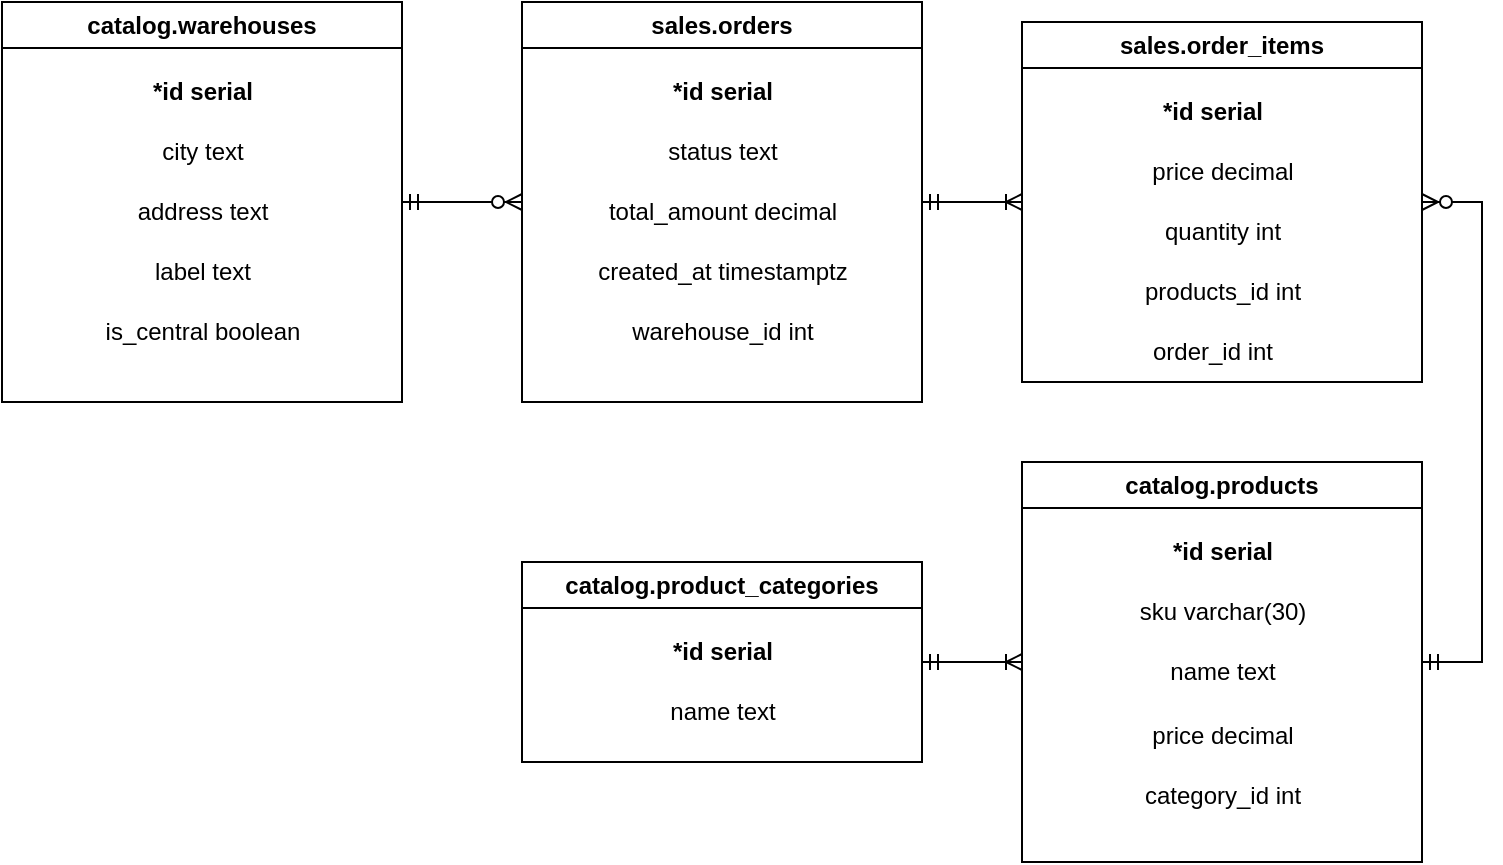
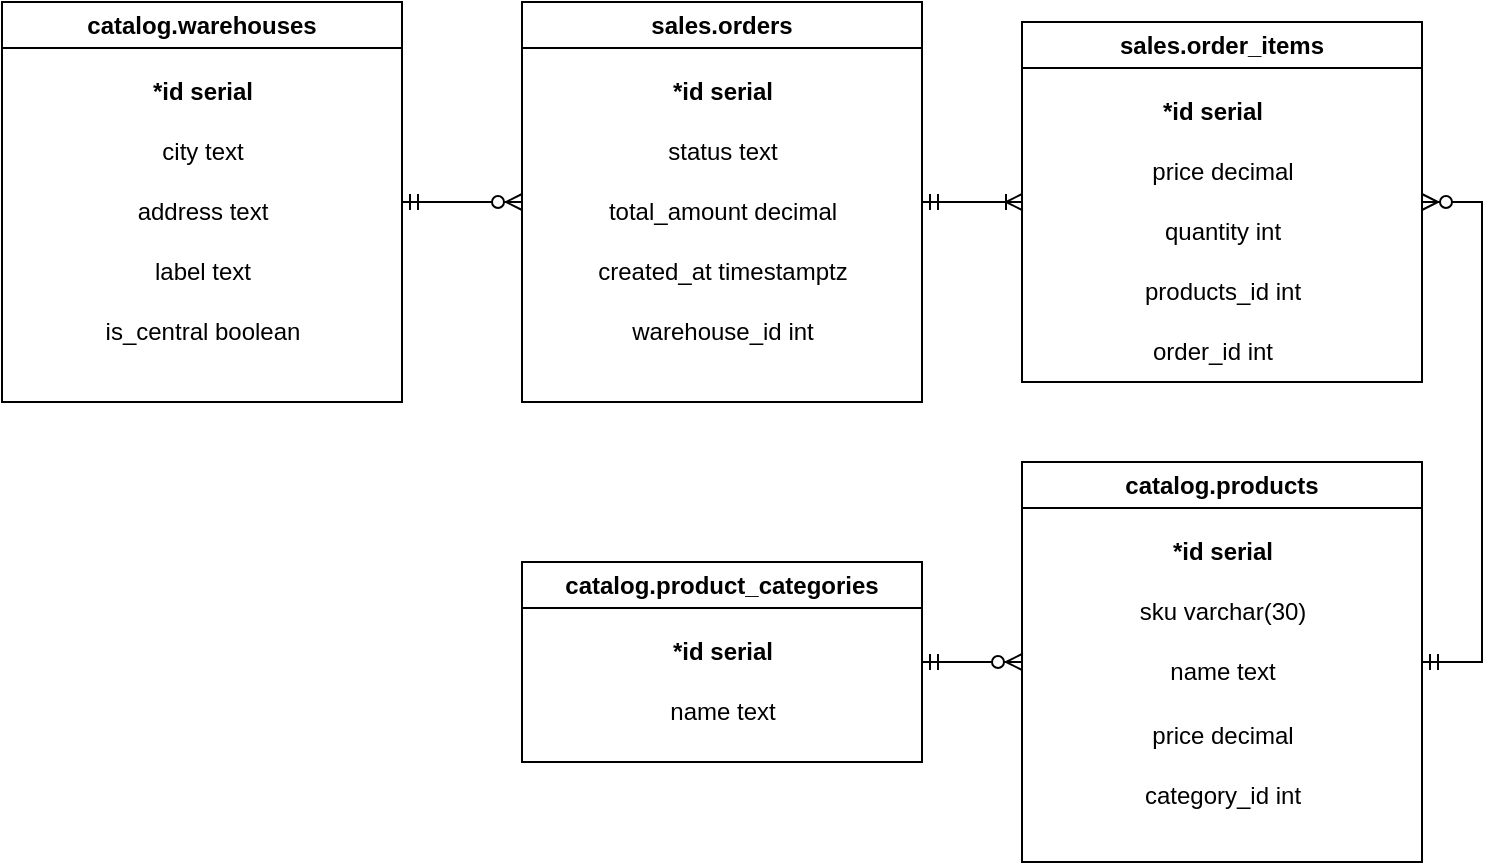
- <mxfile host="Electron" agent="Mozilla/5.0 (X11; Linux x86_64) AppleWebKit/537.36 (KHTML, like Gecko) draw.io/28.2.5 Chrome/138.0.7204.251 Electron/37.6.1 Safari/537.36" version="28.2.5">
+ <mxfile host="Electron" agent="Mozilla/5.0 (X11; Linux x86_64) AppleWebKit/537.36 (KHTML, like Gecko) draw.io/28.2.5 Chrome/138.0.7204.251 Electron/37.6.1 Safari/537.36">
  <diagram name="Page-1" id="sdS3dVdea8iVIR52jpcd">
-     <mxGraphModel dx="1470" dy="947" grid="1" gridSize="10" guides="1" tooltips="1" connect="1" arrows="1" fold="1" page="1" pageScale="1" pageWidth="850" pageHeight="1100" math="0" shadow="0">
+     <mxGraphModel dx="1344" dy="882" grid="1" gridSize="10" guides="1" tooltips="1" connect="1" arrows="1" fold="1" page="1" pageScale="1" pageWidth="850" pageHeight="1100" math="0" shadow="0">
      <root>
        <mxCell id="0" />
        <mxCell id="1" parent="0" />
-         <mxCell id="FO6NESPEqt51vO9SEZu7-1" value="catalog.products" style="swimlane;whiteSpace=wrap;html=1;" parent="1" vertex="1">
-           <mxGeometry x="550" y="370" width="200" height="200" as="geometry" />
+         <mxCell id="FO6NESPEqt51vO9SEZu7-1" parent="1" style="swimlane;whiteSpace=wrap;html=1;" value="catalog.products" vertex="1">
+           <mxGeometry height="200" width="200" x="550" y="370" as="geometry" />
        </mxCell>
-         <mxCell id="FO6NESPEqt51vO9SEZu7-10" value="category_id int" style="text;html=1;align=center;verticalAlign=middle;resizable=0;points=[];autosize=1;strokeColor=none;fillColor=none;" parent="FO6NESPEqt51vO9SEZu7-1" vertex="1">
-           <mxGeometry x="50" y="152" width="100" height="30" as="geometry" />
+         <mxCell id="FO6NESPEqt51vO9SEZu7-10" parent="FO6NESPEqt51vO9SEZu7-1" style="text;html=1;align=center;verticalAlign=middle;resizable=0;points=[];autosize=1;strokeColor=none;fillColor=none;" value="category_id int" vertex="1">
+           <mxGeometry height="30" width="100" x="50" y="152" as="geometry" />
        </mxCell>
-         <mxCell id="FO6NESPEqt51vO9SEZu7-5" value="&lt;b&gt;*id serial&lt;/b&gt;" style="text;html=1;align=center;verticalAlign=middle;resizable=0;points=[];autosize=1;strokeColor=none;fillColor=none;" parent="FO6NESPEqt51vO9SEZu7-1" vertex="1">
-           <mxGeometry x="65" y="30" width="70" height="30" as="geometry" />
+         <mxCell id="FO6NESPEqt51vO9SEZu7-5" parent="FO6NESPEqt51vO9SEZu7-1" style="text;html=1;align=center;verticalAlign=middle;resizable=0;points=[];autosize=1;strokeColor=none;fillColor=none;" value="&lt;b&gt;*id serial&lt;/b&gt;" vertex="1">
+           <mxGeometry height="30" width="70" x="65" y="30" as="geometry" />
        </mxCell>
-         <mxCell id="FO6NESPEqt51vO9SEZu7-7" value="sku varchar(30)" style="text;html=1;align=center;verticalAlign=middle;resizable=0;points=[];autosize=1;strokeColor=none;fillColor=none;" parent="FO6NESPEqt51vO9SEZu7-1" vertex="1">
-           <mxGeometry x="45" y="60" width="110" height="30" as="geometry" />
+         <mxCell id="FO6NESPEqt51vO9SEZu7-7" parent="FO6NESPEqt51vO9SEZu7-1" style="text;html=1;align=center;verticalAlign=middle;resizable=0;points=[];autosize=1;strokeColor=none;fillColor=none;" value="sku varchar(30)" vertex="1">
+           <mxGeometry height="30" width="110" x="45" y="60" as="geometry" />
        </mxCell>
-         <mxCell id="FO6NESPEqt51vO9SEZu7-9" value="price decimal" style="text;html=1;align=center;verticalAlign=middle;resizable=0;points=[];autosize=1;strokeColor=none;fillColor=none;" parent="FO6NESPEqt51vO9SEZu7-1" vertex="1">
-           <mxGeometry x="55" y="122" width="90" height="30" as="geometry" />
+         <mxCell id="FO6NESPEqt51vO9SEZu7-9" parent="FO6NESPEqt51vO9SEZu7-1" style="text;html=1;align=center;verticalAlign=middle;resizable=0;points=[];autosize=1;strokeColor=none;fillColor=none;" value="price decimal" vertex="1">
+           <mxGeometry height="30" width="90" x="55" y="122" as="geometry" />
        </mxCell>
-         <mxCell id="FO6NESPEqt51vO9SEZu7-8" value="name text" style="text;html=1;align=center;verticalAlign=middle;resizable=0;points=[];autosize=1;strokeColor=none;fillColor=none;" parent="FO6NESPEqt51vO9SEZu7-1" vertex="1">
-           <mxGeometry x="60" y="90" width="80" height="30" as="geometry" />
+         <mxCell id="FO6NESPEqt51vO9SEZu7-8" parent="FO6NESPEqt51vO9SEZu7-1" style="text;html=1;align=center;verticalAlign=middle;resizable=0;points=[];autosize=1;strokeColor=none;fillColor=none;" value="name text" vertex="1">
+           <mxGeometry height="30" width="80" x="60" y="90" as="geometry" />
        </mxCell>
-         <mxCell id="FO6NESPEqt51vO9SEZu7-2" value="catalog.product_categories" style="swimlane;whiteSpace=wrap;html=1;" parent="1" vertex="1">
-           <mxGeometry x="300" y="420" width="200" height="100" as="geometry" />
+         <mxCell id="FO6NESPEqt51vO9SEZu7-2" parent="1" style="swimlane;whiteSpace=wrap;html=1;" value="catalog.product_categories" vertex="1">
+           <mxGeometry height="100" width="200" x="300" y="420" as="geometry" />
        </mxCell>
-         <mxCell id="FO6NESPEqt51vO9SEZu7-16" value="&lt;b&gt;*id serial&lt;/b&gt;" style="text;html=1;align=center;verticalAlign=middle;resizable=0;points=[];autosize=1;strokeColor=none;fillColor=none;" parent="FO6NESPEqt51vO9SEZu7-2" vertex="1">
-           <mxGeometry x="65" y="30" width="70" height="30" as="geometry" />
+         <mxCell id="FO6NESPEqt51vO9SEZu7-16" parent="FO6NESPEqt51vO9SEZu7-2" style="text;html=1;align=center;verticalAlign=middle;resizable=0;points=[];autosize=1;strokeColor=none;fillColor=none;" value="&lt;b&gt;*id serial&lt;/b&gt;" vertex="1">
+           <mxGeometry height="30" width="70" x="65" y="30" as="geometry" />
        </mxCell>
-         <mxCell id="FO6NESPEqt51vO9SEZu7-19" value="name text" style="text;html=1;align=center;verticalAlign=middle;resizable=0;points=[];autosize=1;strokeColor=none;fillColor=none;" parent="FO6NESPEqt51vO9SEZu7-2" vertex="1">
-           <mxGeometry x="60" y="60" width="80" height="30" as="geometry" />
+         <mxCell id="FO6NESPEqt51vO9SEZu7-19" parent="FO6NESPEqt51vO9SEZu7-2" style="text;html=1;align=center;verticalAlign=middle;resizable=0;points=[];autosize=1;strokeColor=none;fillColor=none;" value="name text" vertex="1">
+           <mxGeometry height="30" width="80" x="60" y="60" as="geometry" />
        </mxCell>
-         <mxCell id="FO6NESPEqt51vO9SEZu7-3" value="catalog.warehouses" style="swimlane;whiteSpace=wrap;html=1;" parent="1" vertex="1">
-           <mxGeometry x="40" y="140" width="200" height="200" as="geometry" />
+         <mxCell id="FO6NESPEqt51vO9SEZu7-3" parent="1" style="swimlane;whiteSpace=wrap;html=1;" value="catalog.warehouses" vertex="1">
+           <mxGeometry height="200" width="200" x="40" y="140" as="geometry" />
        </mxCell>
-         <mxCell id="FO6NESPEqt51vO9SEZu7-11" value="&lt;b&gt;*id serial&lt;/b&gt;" style="text;html=1;align=center;verticalAlign=middle;resizable=0;points=[];autosize=1;strokeColor=none;fillColor=none;" parent="FO6NESPEqt51vO9SEZu7-3" vertex="1">
-           <mxGeometry x="65" y="30" width="70" height="30" as="geometry" />
+         <mxCell id="FO6NESPEqt51vO9SEZu7-11" parent="FO6NESPEqt51vO9SEZu7-3" style="text;html=1;align=center;verticalAlign=middle;resizable=0;points=[];autosize=1;strokeColor=none;fillColor=none;" value="&lt;b&gt;*id serial&lt;/b&gt;" vertex="1">
+           <mxGeometry height="30" width="70" x="65" y="30" as="geometry" />
        </mxCell>
-         <mxCell id="FO6NESPEqt51vO9SEZu7-12" value="city text" style="text;html=1;align=center;verticalAlign=middle;resizable=0;points=[];autosize=1;strokeColor=none;fillColor=none;" parent="FO6NESPEqt51vO9SEZu7-3" vertex="1">
-           <mxGeometry x="70" y="60" width="60" height="30" as="geometry" />
+         <mxCell id="FO6NESPEqt51vO9SEZu7-12" parent="FO6NESPEqt51vO9SEZu7-3" style="text;html=1;align=center;verticalAlign=middle;resizable=0;points=[];autosize=1;strokeColor=none;fillColor=none;" value="city text" vertex="1">
+           <mxGeometry height="30" width="60" x="70" y="60" as="geometry" />
        </mxCell>
-         <mxCell id="FO6NESPEqt51vO9SEZu7-13" value="address text" style="text;html=1;align=center;verticalAlign=middle;resizable=0;points=[];autosize=1;strokeColor=none;fillColor=none;" parent="FO6NESPEqt51vO9SEZu7-3" vertex="1">
-           <mxGeometry x="55" y="90" width="90" height="30" as="geometry" />
+         <mxCell id="FO6NESPEqt51vO9SEZu7-13" parent="FO6NESPEqt51vO9SEZu7-3" style="text;html=1;align=center;verticalAlign=middle;resizable=0;points=[];autosize=1;strokeColor=none;fillColor=none;" value="address text" vertex="1">
+           <mxGeometry height="30" width="90" x="55" y="90" as="geometry" />
        </mxCell>
-         <mxCell id="FO6NESPEqt51vO9SEZu7-14" value="label text" style="text;html=1;align=center;verticalAlign=middle;resizable=0;points=[];autosize=1;strokeColor=none;fillColor=none;" parent="FO6NESPEqt51vO9SEZu7-3" vertex="1">
-           <mxGeometry x="65" y="120" width="70" height="30" as="geometry" />
+         <mxCell id="FO6NESPEqt51vO9SEZu7-14" parent="FO6NESPEqt51vO9SEZu7-3" style="text;html=1;align=center;verticalAlign=middle;resizable=0;points=[];autosize=1;strokeColor=none;fillColor=none;" value="label text" vertex="1">
+           <mxGeometry height="30" width="70" x="65" y="120" as="geometry" />
        </mxCell>
-         <mxCell id="FO6NESPEqt51vO9SEZu7-15" value="is_central boolean" style="text;html=1;align=center;verticalAlign=middle;resizable=0;points=[];autosize=1;strokeColor=none;fillColor=none;" parent="FO6NESPEqt51vO9SEZu7-3" vertex="1">
-           <mxGeometry x="40" y="150" width="120" height="30" as="geometry" />
+         <mxCell id="FO6NESPEqt51vO9SEZu7-15" parent="FO6NESPEqt51vO9SEZu7-3" style="text;html=1;align=center;verticalAlign=middle;resizable=0;points=[];autosize=1;strokeColor=none;fillColor=none;" value="is_central boolean" vertex="1">
+           <mxGeometry height="30" width="120" x="40" y="150" as="geometry" />
        </mxCell>
-         <mxCell id="FO6NESPEqt51vO9SEZu7-4" value="sales.orders" style="swimlane;whiteSpace=wrap;html=1;" parent="1" vertex="1">
-           <mxGeometry x="300" y="140" width="200" height="200" as="geometry" />
+         <mxCell id="FO6NESPEqt51vO9SEZu7-4" parent="1" style="swimlane;whiteSpace=wrap;html=1;" value="sales.orders" vertex="1">
+           <mxGeometry height="200" width="200" x="300" y="140" as="geometry" />
        </mxCell>
-         <mxCell id="FO6NESPEqt51vO9SEZu7-24" value="&lt;b&gt;*id serial&lt;/b&gt;" style="text;html=1;align=center;verticalAlign=middle;resizable=0;points=[];autosize=1;strokeColor=none;fillColor=none;" parent="FO6NESPEqt51vO9SEZu7-4" vertex="1">
-           <mxGeometry x="65" y="30" width="70" height="30" as="geometry" />
+         <mxCell id="FO6NESPEqt51vO9SEZu7-24" parent="FO6NESPEqt51vO9SEZu7-4" style="text;html=1;align=center;verticalAlign=middle;resizable=0;points=[];autosize=1;strokeColor=none;fillColor=none;" value="&lt;b&gt;*id serial&lt;/b&gt;" vertex="1">
+           <mxGeometry height="30" width="70" x="65" y="30" as="geometry" />
        </mxCell>
-         <mxCell id="FO6NESPEqt51vO9SEZu7-25" value="status text" style="text;html=1;align=center;verticalAlign=middle;resizable=0;points=[];autosize=1;strokeColor=none;fillColor=none;" parent="FO6NESPEqt51vO9SEZu7-4" vertex="1">
-           <mxGeometry x="60" y="60" width="80" height="30" as="geometry" />
+         <mxCell id="FO6NESPEqt51vO9SEZu7-25" parent="FO6NESPEqt51vO9SEZu7-4" style="text;html=1;align=center;verticalAlign=middle;resizable=0;points=[];autosize=1;strokeColor=none;fillColor=none;" value="status text" vertex="1">
+           <mxGeometry height="30" width="80" x="60" y="60" as="geometry" />
        </mxCell>
-         <mxCell id="FO6NESPEqt51vO9SEZu7-26" value="total_amount decimal" style="text;html=1;align=center;verticalAlign=middle;resizable=0;points=[];autosize=1;strokeColor=none;fillColor=none;" parent="FO6NESPEqt51vO9SEZu7-4" vertex="1">
-           <mxGeometry x="30" y="90" width="140" height="30" as="geometry" />
+         <mxCell id="FO6NESPEqt51vO9SEZu7-26" parent="FO6NESPEqt51vO9SEZu7-4" style="text;html=1;align=center;verticalAlign=middle;resizable=0;points=[];autosize=1;strokeColor=none;fillColor=none;" value="total_amount decimal" vertex="1">
+           <mxGeometry height="30" width="140" x="30" y="90" as="geometry" />
        </mxCell>
-         <mxCell id="FO6NESPEqt51vO9SEZu7-27" value="created_at timestamptz" style="text;html=1;align=center;verticalAlign=middle;resizable=0;points=[];autosize=1;strokeColor=none;fillColor=none;" parent="FO6NESPEqt51vO9SEZu7-4" vertex="1">
-           <mxGeometry x="25" y="120" width="150" height="30" as="geometry" />
+         <mxCell id="FO6NESPEqt51vO9SEZu7-27" parent="FO6NESPEqt51vO9SEZu7-4" style="text;html=1;align=center;verticalAlign=middle;resizable=0;points=[];autosize=1;strokeColor=none;fillColor=none;" value="created_at timestamptz" vertex="1">
+           <mxGeometry height="30" width="150" x="25" y="120" as="geometry" />
        </mxCell>
-         <mxCell id="FO6NESPEqt51vO9SEZu7-28" value="warehouse_id int" style="text;html=1;align=center;verticalAlign=middle;resizable=0;points=[];autosize=1;strokeColor=none;fillColor=none;" parent="FO6NESPEqt51vO9SEZu7-4" vertex="1">
-           <mxGeometry x="45" y="150" width="110" height="30" as="geometry" />
+         <mxCell id="FO6NESPEqt51vO9SEZu7-28" parent="FO6NESPEqt51vO9SEZu7-4" style="text;html=1;align=center;verticalAlign=middle;resizable=0;points=[];autosize=1;strokeColor=none;fillColor=none;" value="warehouse_id int" vertex="1">
+           <mxGeometry height="30" width="110" x="45" y="150" as="geometry" />
        </mxCell>
-         <mxCell id="FO6NESPEqt51vO9SEZu7-22" value="" style="edgeStyle=entityRelationEdgeStyle;fontSize=12;html=1;endArrow=ERoneToMany;startArrow=ERmandOne;rounded=0;exitX=1;exitY=0.5;exitDx=0;exitDy=0;entryX=0;entryY=0.5;entryDx=0;entryDy=0;" parent="1" source="FO6NESPEqt51vO9SEZu7-2" target="FO6NESPEqt51vO9SEZu7-1" edge="1">
-           <mxGeometry width="100" height="100" relative="1" as="geometry">
-             <mxPoint x="80.00000000000023" y="100" as="sourcePoint" />
-             <mxPoint x="550" y="460" as="targetPoint" />
-             <Array as="points">
-               <mxPoint x="150" y="200" />
-               <mxPoint x="360" y="210" />
-               <mxPoint y="200" />
-               <mxPoint x="20" y="160" />
-               <mxPoint x="60" y="100" />
-               <mxPoint x="10" y="150" />
-               <mxPoint x="10" y="210" />
-               <mxPoint x="-10" y="210" />
-               <mxPoint x="150" y="200" />
-             </Array>
-           </mxGeometry>
+         <mxCell id="FO6NESPEqt51vO9SEZu7-29" parent="1" style="swimlane;whiteSpace=wrap;html=1;" value="sales.order_items" vertex="1">
+           <mxGeometry height="180" width="200" x="550" y="150" as="geometry" />
        </mxCell>
-         <mxCell id="FO6NESPEqt51vO9SEZu7-29" value="sales.order_items" style="swimlane;whiteSpace=wrap;html=1;" parent="1" vertex="1">
-           <mxGeometry x="550" y="150" width="200" height="180" as="geometry" />
+         <mxCell id="FO6NESPEqt51vO9SEZu7-30" parent="FO6NESPEqt51vO9SEZu7-29" style="text;html=1;align=center;verticalAlign=middle;resizable=0;points=[];autosize=1;strokeColor=none;fillColor=none;" value="&lt;b&gt;*id serial&lt;/b&gt;" vertex="1">
+           <mxGeometry height="30" width="70" x="60" y="30" as="geometry" />
        </mxCell>
-         <mxCell id="FO6NESPEqt51vO9SEZu7-30" value="&lt;b&gt;*id serial&lt;/b&gt;" style="text;html=1;align=center;verticalAlign=middle;resizable=0;points=[];autosize=1;strokeColor=none;fillColor=none;" parent="FO6NESPEqt51vO9SEZu7-29" vertex="1">
-           <mxGeometry x="60" y="30" width="70" height="30" as="geometry" />
+         <mxCell id="FO6NESPEqt51vO9SEZu7-31" parent="FO6NESPEqt51vO9SEZu7-29" style="text;html=1;align=center;verticalAlign=middle;resizable=0;points=[];autosize=1;strokeColor=none;fillColor=none;" value="price decimal" vertex="1">
+           <mxGeometry height="30" width="90" x="55" y="60" as="geometry" />
        </mxCell>
-         <mxCell id="FO6NESPEqt51vO9SEZu7-31" value="price decimal" style="text;html=1;align=center;verticalAlign=middle;resizable=0;points=[];autosize=1;strokeColor=none;fillColor=none;" parent="FO6NESPEqt51vO9SEZu7-29" vertex="1">
-           <mxGeometry x="55" y="60" width="90" height="30" as="geometry" />
+         <mxCell id="FO6NESPEqt51vO9SEZu7-32" parent="FO6NESPEqt51vO9SEZu7-29" style="text;html=1;align=center;verticalAlign=middle;resizable=0;points=[];autosize=1;strokeColor=none;fillColor=none;" value="quantity int" vertex="1">
+           <mxGeometry height="30" width="80" x="60" y="90" as="geometry" />
        </mxCell>
-         <mxCell id="FO6NESPEqt51vO9SEZu7-32" value="quantity int" style="text;html=1;align=center;verticalAlign=middle;resizable=0;points=[];autosize=1;strokeColor=none;fillColor=none;" parent="FO6NESPEqt51vO9SEZu7-29" vertex="1">
-           <mxGeometry x="60" y="90" width="80" height="30" as="geometry" />
+         <mxCell id="FO6NESPEqt51vO9SEZu7-33" parent="FO6NESPEqt51vO9SEZu7-29" style="text;html=1;align=center;verticalAlign=middle;resizable=0;points=[];autosize=1;strokeColor=none;fillColor=none;" value="products_id int" vertex="1">
+           <mxGeometry height="30" width="100" x="50" y="120" as="geometry" />
        </mxCell>
-         <mxCell id="FO6NESPEqt51vO9SEZu7-33" value="products_id int" style="text;html=1;align=center;verticalAlign=middle;resizable=0;points=[];autosize=1;strokeColor=none;fillColor=none;" parent="FO6NESPEqt51vO9SEZu7-29" vertex="1">
-           <mxGeometry x="50" y="120" width="100" height="30" as="geometry" />
+         <mxCell id="FO6NESPEqt51vO9SEZu7-34" parent="FO6NESPEqt51vO9SEZu7-29" style="text;html=1;align=center;verticalAlign=middle;resizable=0;points=[];autosize=1;strokeColor=none;fillColor=none;" value="order_id int" vertex="1">
+           <mxGeometry height="30" width="80" x="55" y="150" as="geometry" />
        </mxCell>
-         <mxCell id="FO6NESPEqt51vO9SEZu7-34" value="order_id int" style="text;html=1;align=center;verticalAlign=middle;resizable=0;points=[];autosize=1;strokeColor=none;fillColor=none;" parent="FO6NESPEqt51vO9SEZu7-29" vertex="1">
-           <mxGeometry x="55" y="150" width="80" height="30" as="geometry" />
-         </mxCell>
-         <mxCell id="FO6NESPEqt51vO9SEZu7-36" value="" style="edgeStyle=entityRelationEdgeStyle;fontSize=12;html=1;endArrow=ERzeroToMany;startArrow=ERmandOne;rounded=0;entryX=1;entryY=0.5;entryDx=0;entryDy=0;exitX=1;exitY=0.5;exitDx=0;exitDy=0;" parent="1" source="FO6NESPEqt51vO9SEZu7-1" target="FO6NESPEqt51vO9SEZu7-29" edge="1">
-           <mxGeometry width="100" height="100" relative="1" as="geometry">
-             <mxPoint x="750" y="480" as="sourcePoint" />
-             <mxPoint x="620" y="370" as="targetPoint" />
+         <mxCell id="FO6NESPEqt51vO9SEZu7-36" edge="1" parent="1" source="FO6NESPEqt51vO9SEZu7-1" style="edgeStyle=entityRelationEdgeStyle;fontSize=12;html=1;endArrow=ERzeroToMany;startArrow=ERmandOne;rounded=0;entryX=1;entryY=0.5;entryDx=0;entryDy=0;exitX=1;exitY=0.5;exitDx=0;exitDy=0;" target="FO6NESPEqt51vO9SEZu7-29" value="">
+           <mxGeometry height="100" relative="1" width="100" as="geometry">
            <Array as="points">
              <mxPoint x="590" y="390" />
              <mxPoint x="780" y="370" />
            </Array>
+             <mxPoint x="750" y="480" as="sourcePoint" />
+             <mxPoint x="620" y="370" as="targetPoint" />
          </mxGeometry>
        </mxCell>
-         <mxCell id="FO6NESPEqt51vO9SEZu7-37" value="" style="edgeStyle=entityRelationEdgeStyle;fontSize=12;html=1;endArrow=ERzeroToMany;startArrow=ERmandOne;rounded=0;exitX=1;exitY=0.5;exitDx=0;exitDy=0;entryX=0;entryY=0.5;entryDx=0;entryDy=0;" parent="1" source="FO6NESPEqt51vO9SEZu7-3" target="FO6NESPEqt51vO9SEZu7-4" edge="1">
-           <mxGeometry width="100" height="100" relative="1" as="geometry">
+         <mxCell id="FO6NESPEqt51vO9SEZu7-37" edge="1" parent="1" source="FO6NESPEqt51vO9SEZu7-3" style="edgeStyle=entityRelationEdgeStyle;fontSize=12;html=1;endArrow=ERzeroToMany;startArrow=ERmandOne;rounded=0;exitX=1;exitY=0.5;exitDx=0;exitDy=0;entryX=0;entryY=0.5;entryDx=0;entryDy=0;" target="FO6NESPEqt51vO9SEZu7-4" value="">
+           <mxGeometry height="100" relative="1" width="100" as="geometry">
            <mxPoint x="260" y="850" as="sourcePoint" />
            <mxPoint x="360" y="750" as="targetPoint" />
          </mxGeometry>
        </mxCell>
-         <mxCell id="FO6NESPEqt51vO9SEZu7-38" value="" style="edgeStyle=entityRelationEdgeStyle;fontSize=12;html=1;endArrow=ERoneToMany;startArrow=ERmandOne;rounded=0;exitX=1;exitY=0.5;exitDx=0;exitDy=0;entryX=0;entryY=0.5;entryDx=0;entryDy=0;" parent="1" source="FO6NESPEqt51vO9SEZu7-4" target="FO6NESPEqt51vO9SEZu7-29" edge="1">
-           <mxGeometry width="100" height="100" relative="1" as="geometry">
+         <mxCell id="FO6NESPEqt51vO9SEZu7-38" edge="1" parent="1" source="FO6NESPEqt51vO9SEZu7-4" style="edgeStyle=entityRelationEdgeStyle;fontSize=12;html=1;endArrow=ERoneToMany;startArrow=ERmandOne;rounded=0;exitX=1;exitY=0.5;exitDx=0;exitDy=0;entryX=0;entryY=0.5;entryDx=0;entryDy=0;" target="FO6NESPEqt51vO9SEZu7-29" value="">
+           <mxGeometry height="100" relative="1" width="100" as="geometry">
            <mxPoint x="570" y="820" as="sourcePoint" />
            <mxPoint x="670" y="720" as="targetPoint" />
+           </mxGeometry>
+         </mxCell>
+         <mxCell id="MtOoIWxgQk0EexPcJ0P1-1" edge="1" parent="1" source="FO6NESPEqt51vO9SEZu7-2" style="edgeStyle=entityRelationEdgeStyle;fontSize=12;html=1;endArrow=ERzeroToMany;startArrow=ERmandOne;rounded=0;exitX=1;exitY=0.5;exitDx=0;exitDy=0;entryX=0;entryY=0.5;entryDx=0;entryDy=0;" target="FO6NESPEqt51vO9SEZu7-1" value="">
+           <mxGeometry height="100" relative="1" width="100" as="geometry">
+             <mxPoint x="380" y="500" as="sourcePoint" />
+             <mxPoint x="480" y="400" as="targetPoint" />
          </mxGeometry>
        </mxCell>
      </root>
    </mxGraphModel>
  </diagram>
</mxfile>
